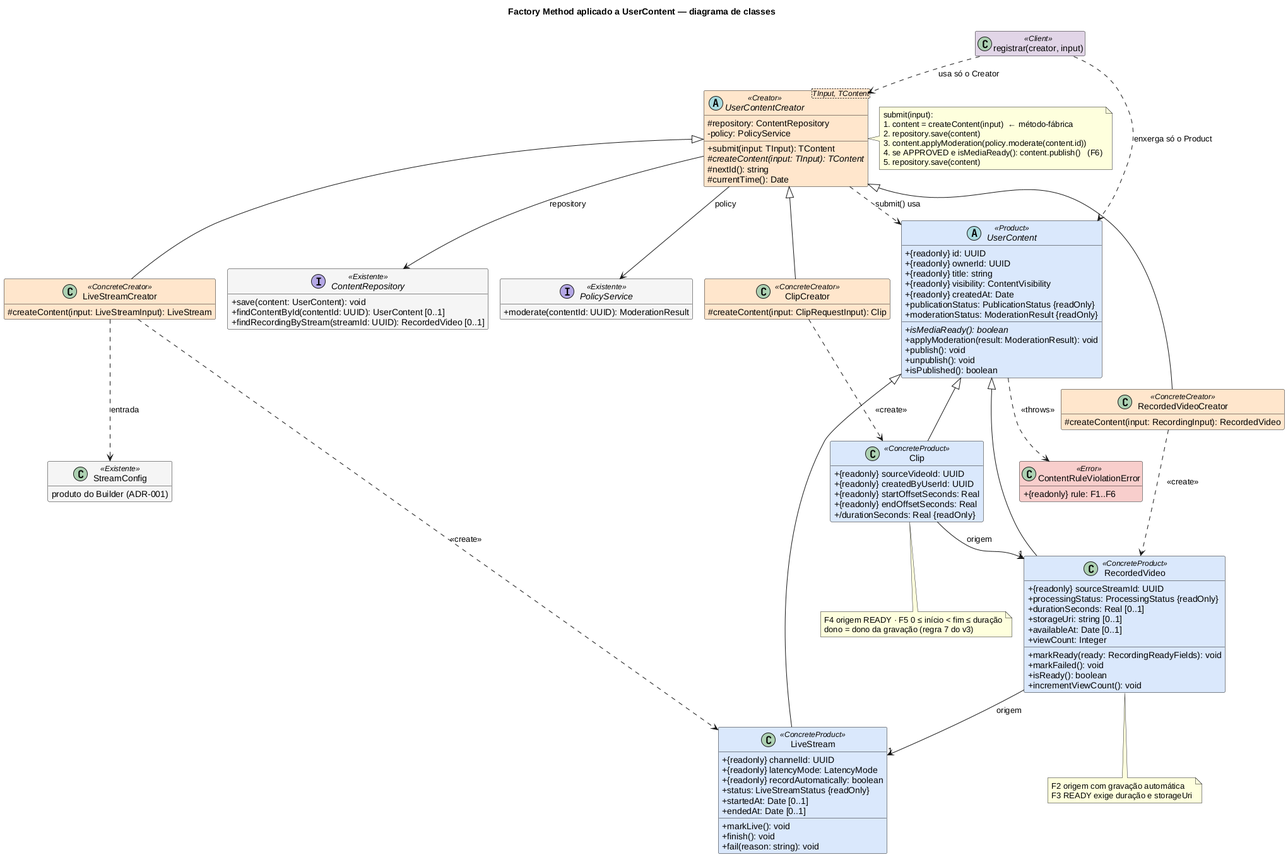
This is docs/Base/Relatórios/1.1.1.SubEquipe_01/assets/factory-method/factory-method-classes-v1.png from UnBArqDsw2026-2-Turma01/2026.2-T01-_G6_ProjetoStreamingVideo_Entrega_03, a PlantUML export, as it was before one commit.
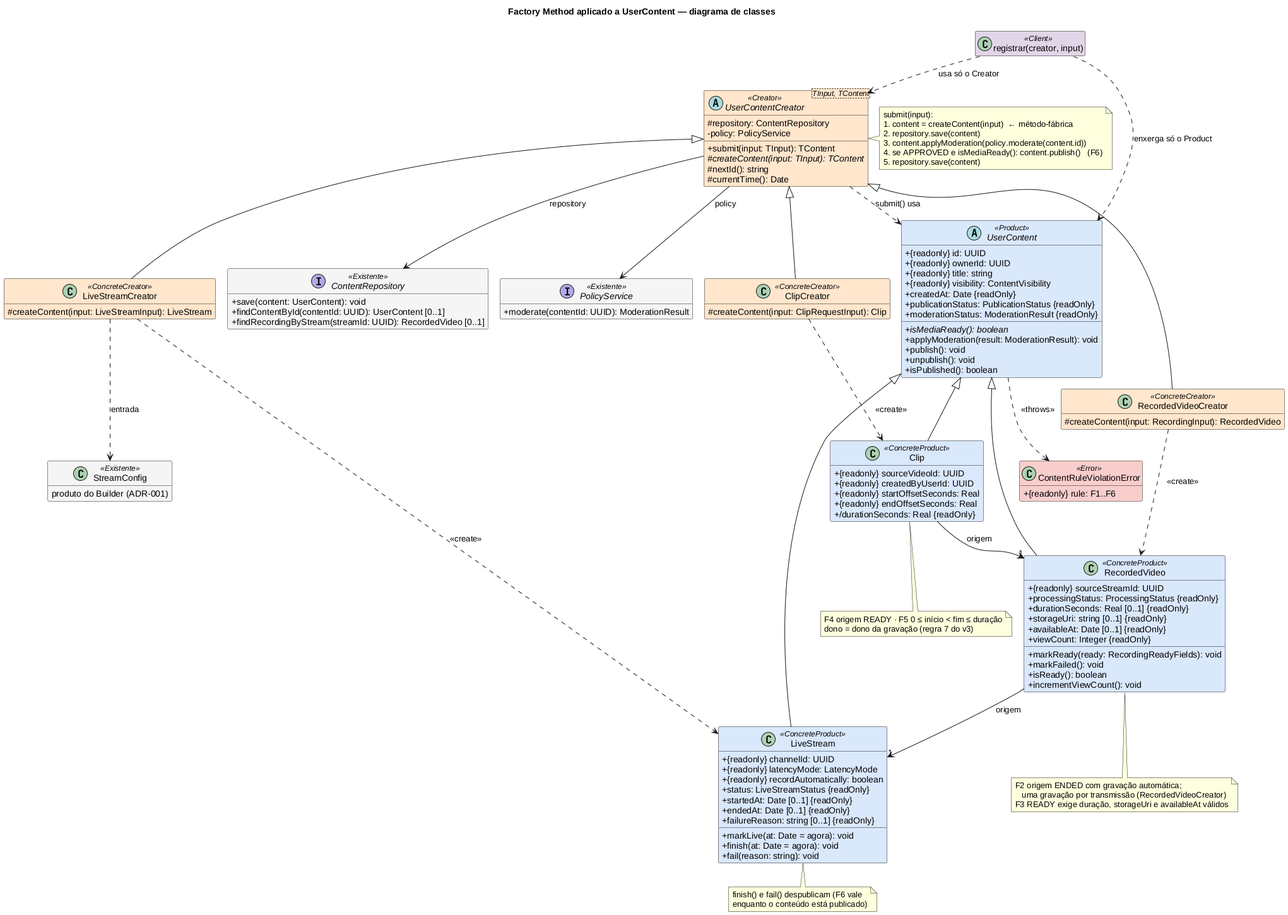
After the commit.

Commit message:
docs(subequipe-01): alinha o diagrama de classes ao código revisado

Diff of the diagram source:
```diff
@@ -40,7 +40,7 @@
   + {readonly} ownerId: UUID
   + {readonly} title: string
   + {readonly} visibility: ContentVisibility
-  + {readonly} createdAt: Date
+  + createdAt: Date {readOnly}
   + publicationStatus: PublicationStatus {readOnly}
   + moderationStatus: ModerationResult {readOnly}
   + {abstract} isMediaReady(): boolean
@@ -55,20 +55,21 @@
   + {readonly} latencyMode: LatencyMode
   + {readonly} recordAutomatically: boolean
   + status: LiveStreamStatus {readOnly}
-  + startedAt: Date [0..1]
-  + endedAt: Date [0..1]
-  + markLive(): void
-  + finish(): void
+  + startedAt: Date [0..1] {readOnly}
+  + endedAt: Date [0..1] {readOnly}
+  + failureReason: string [0..1] {readOnly}
+  + markLive(at: Date = agora): void
+  + finish(at: Date = agora): void
   + fail(reason: string): void
 }
 
 class RecordedVideo <<ConcreteProduct>> {
   + {readonly} sourceStreamId: UUID
   + processingStatus: ProcessingStatus {readOnly}
-  + durationSeconds: Real [0..1]
-  + storageUri: string [0..1]
-  + availableAt: Date [0..1]
-  + viewCount: Integer
+  + durationSeconds: Real [0..1] {readOnly}
+  + storageUri: string [0..1] {readOnly}
+  + availableAt: Date [0..1] {readOnly}
+  + viewCount: Integer {readOnly}
   + markReady(ready: RecordingReadyFields): void
   + markFailed(): void
   + isReady(): boolean
@@ -139,7 +140,13 @@
 end note
 
 note bottom of RecordedVideo
-  F2 origem com gravação automática
-  F3 READY exige duração e storageUri
+  F2 origem ENDED com gravação automática;
+     uma gravação por transmissão (RecordedVideoCreator)
+  F3 READY exige duração, storageUri e availableAt válidos
+end note
+
+note bottom of LiveStream
+  finish() e fail() despublicam (F6 vale
+  enquanto o conteúdo está publicado)
 end note
 @enduml
```
